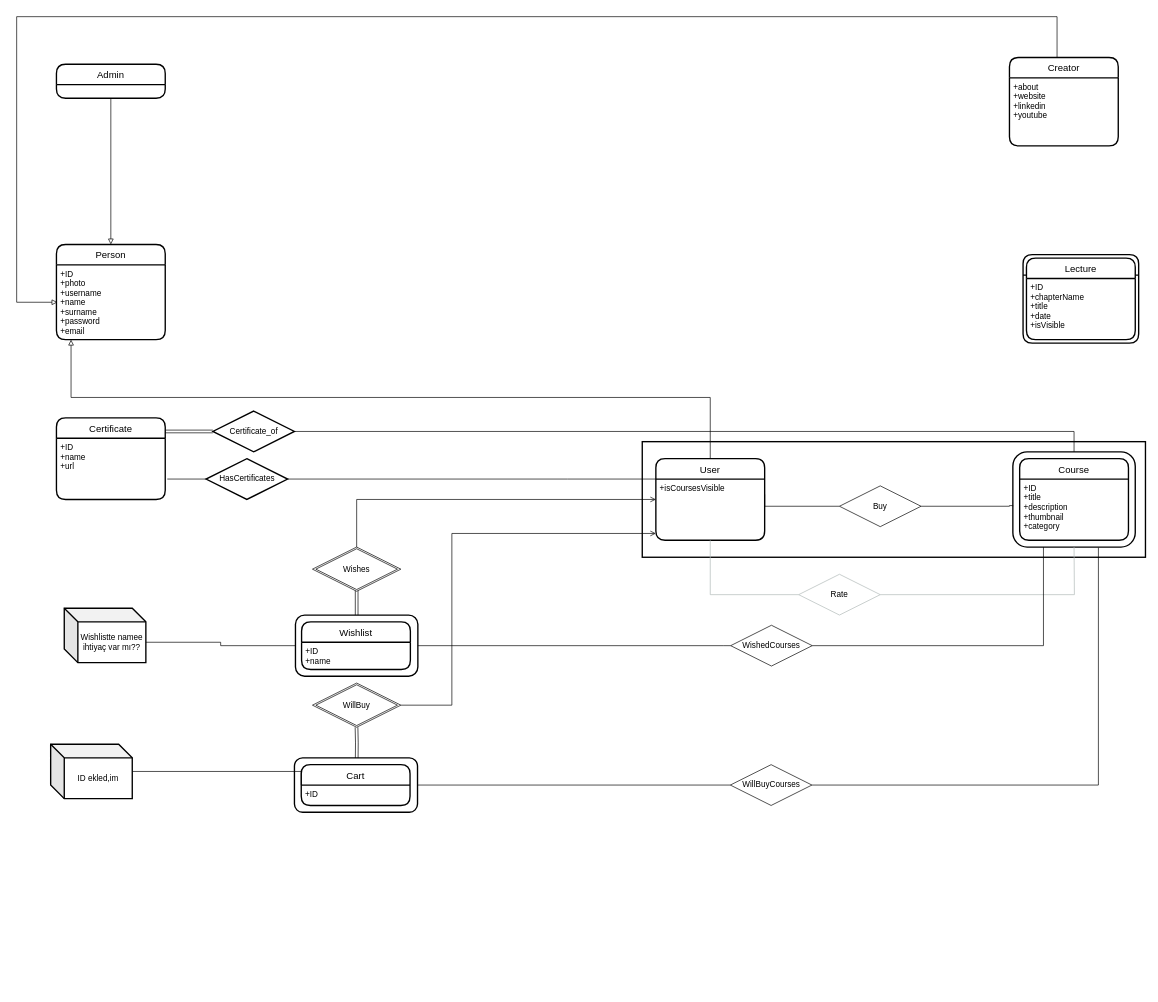
This is page "Page-2" (2 of 2) of ER.drawio from muratangin187/CS353-Project, a draw.io file, before an edit. Source tidied: cells renumbered, new cells numbered last; positions are measured from the earlier drawing's top-left corner, leaving out a move shared by most shapes. Both pictures are drawn from the tidied source at 68%, with x=0, y=0 at pixel (16, 16).
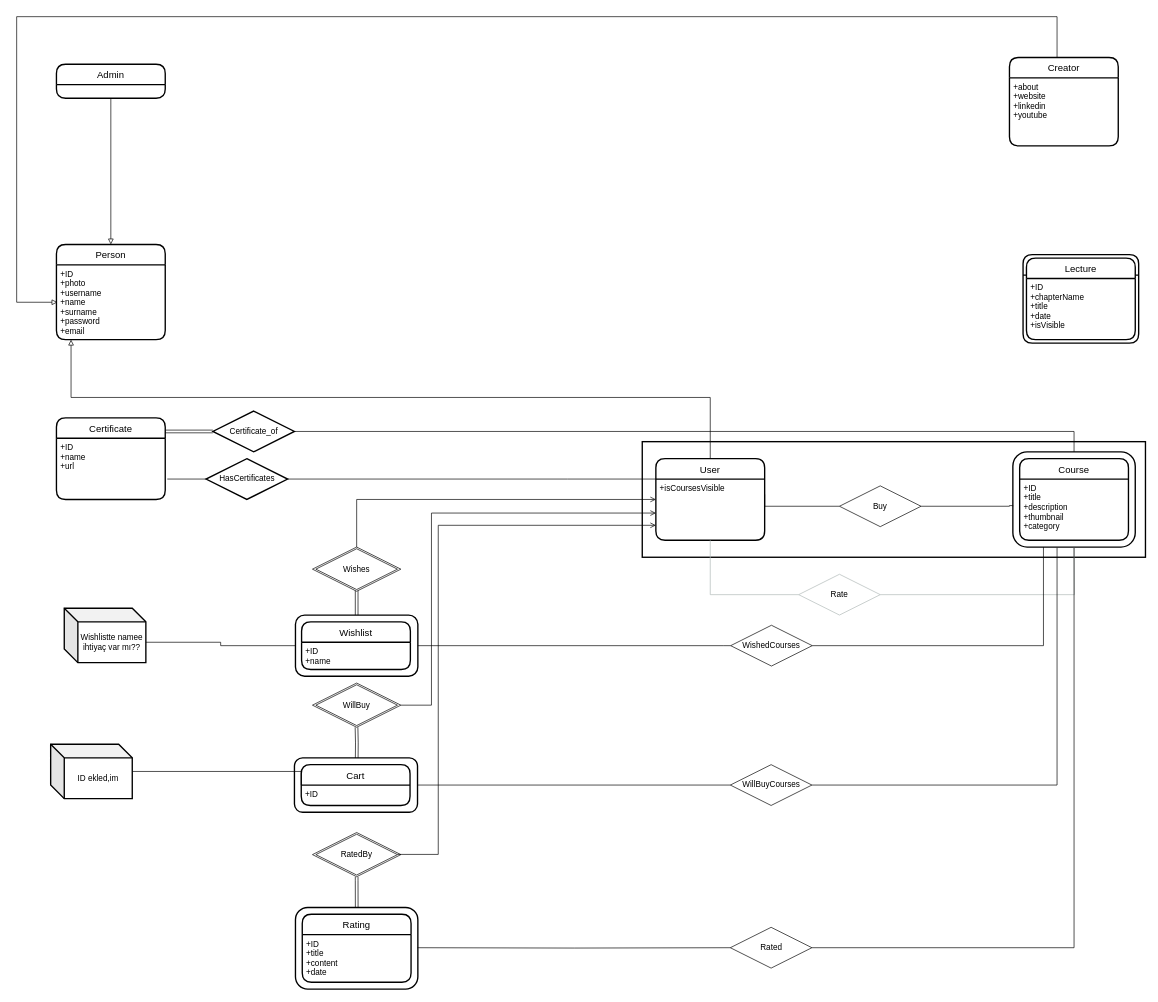
The same page after the edit.

The change refers to these unchanged cells:
```xml
<mxCell id="6" style="rounded=1;whiteSpace=wrap;html=1;strokeWidth=2;" parent="1" vertex="1">
  <mxGeometry x="1465" y="640" width="180" height="140" as="geometry" />
</mxCell>
<mxCell id="39" style="shape=rhombus;perimeter=rhombusPerimeter;whiteSpace=wrap;html=1;align=center;rounded=0;sketch=0;" parent="1" vertex="1">
  <mxGeometry x="435" y="980" width="130" height="65" as="geometry" />
</mxCell>
<mxCell id="45" value="WillBuyCourses" style="shape=rhombus;perimeter=rhombusPerimeter;whiteSpace=wrap;html=1;align=center;rounded=0;sketch=0;" parent="1" vertex="1">
  <mxGeometry x="1049.5" y="1100" width="120" height="60" as="geometry" />
</mxCell>
```

Diff of the diagram source:
```diff
@@
+    <mxCell id="57" style="shape=rhombus;perimeter=rhombusPerimeter;whiteSpace=wrap;html=1;align=center;rounded=0;sketch=0;" parent="1" vertex="1">
+      <mxGeometry x="435" y="1199.8" width="130" height="65" as="geometry" />
+    </mxCell>
@@
     <mxCell id="38" style="edgeStyle=orthogonalEdgeStyle;rounded=0;jettySize=auto;html=1;endArrow=open;endFill=0;exitX=1;exitY=0.5;exitDx=0;exitDy=0;" parent="1" edge="1" source="39">
       <mxGeometry relative="1" as="geometry">
-        <mxPoint x="940" y="760" as="targetPoint" />
+        <mxPoint x="940" y="730" as="targetPoint" />
         <Array as="points">
-          <mxPoint x="640" y="1013" />
-          <mxPoint x="640" y="760" />
+          <mxPoint x="610" y="1013" />
+          <mxPoint x="610" y="730" />
+          <mxPoint x="940" y="730" />
         </Array>
       </mxGeometry>
     </mxCell>
@@
-    <mxCell id="44" style="edgeStyle=orthogonalEdgeStyle;rounded=0;jettySize=auto;html=1;endArrow=none;endFill=0;exitX=1;exitY=0.5;exitDx=0;exitDy=0;entryX=0.699;entryY=1.006;entryDx=0;entryDy=0;entryPerimeter=0;" parent="1" edge="1" source="45" target="6">
+    <mxCell id="44" style="edgeStyle=orthogonalEdgeStyle;rounded=0;jettySize=auto;html=1;endArrow=none;endFill=0;exitX=1;exitY=0.5;exitDx=0;exitDy=0;" parent="1" edge="1" source="45">
       <mxGeometry relative="1" as="geometry">
+        <mxPoint x="1530" y="781" as="targetPoint" />
         <Array as="points">
-          <mxPoint x="1590" y="1130" />
-          <mxPoint x="1590" y="781" />
+          <mxPoint x="1530" y="1130" />
+          <mxPoint x="1530" y="781" />
         </Array>
       </mxGeometry>
     </mxCell>
@@
+    <mxCell id="58" style="rounded=1;whiteSpace=wrap;html=1;shadow=0;glass=0;sketch=0;strokeWidth=2;gradientColor=none;" parent="1" vertex="1">
+      <mxGeometry x="410" y="1310" width="180" height="120" as="geometry" />
+    </mxCell>
+    <mxCell id="59" value="Rating" style="swimlane;horizontal=1;startSize=30;rounded=1;fontSize=14;fontStyle=0;strokeWidth=2;shadow=0;dashed=0;align=center;" parent="1" vertex="1">
+      <mxGeometry x="420" y="1320" width="160" height="100" as="geometry" />
+    </mxCell>
+    <mxCell id="60" value="+ID&#10;+title&#10;+content&#10;+date" style="align=left;strokeColor=none;fillColor=none;spacingLeft=4;fontSize=12;verticalAlign=top;fontStyle=0;" parent="59" vertex="1">
+      <mxGeometry y="30" width="160" height="70" as="geometry" />
+    </mxCell>
+    <mxCell id="61" style="edgeStyle=orthogonalEdgeStyle;rounded=0;orthogonalLoop=1;jettySize=auto;html=1;endArrow=open;endFill=0;" parent="1" edge="1">
+      <mxGeometry relative="1" as="geometry">
+        <mxPoint x="560" y="1232" as="sourcePoint" />
+        <mxPoint x="940" y="748" as="targetPoint" />
+        <Array as="points">
+          <mxPoint x="620" y="1232" />
+          <mxPoint x="620" y="748" />
+        </Array>
+      </mxGeometry>
+    </mxCell>
+    <mxCell id="62" value="RatedBy" style="shape=rhombus;perimeter=rhombusPerimeter;whiteSpace=wrap;html=1;align=center;rounded=0;sketch=0;" parent="1" vertex="1">
+      <mxGeometry x="440" y="1202.3" width="120" height="60" as="geometry" />
+    </mxCell>
+    <mxCell id="63" style="edgeStyle=orthogonalEdgeStyle;rounded=0;orthogonalLoop=1;jettySize=auto;html=1;endArrow=open;endFill=0;entryX=0.506;entryY=0.003;entryDx=0;entryDy=0;shape=link;entryPerimeter=0;" parent="1" edge="1">
+      <mxGeometry relative="1" as="geometry">
+        <mxPoint x="500" y="1265" as="sourcePoint" />
+        <mxPoint x="500.1" y="1310" as="targetPoint" />
+        <Array as="points">
+          <mxPoint x="500" y="1270" />
+          <mxPoint x="500" y="1270" />
+        </Array>
+      </mxGeometry>
+    </mxCell>
+    <mxCell id="64" style="edgeStyle=orthogonalEdgeStyle;rounded=0;jettySize=auto;html=1;endArrow=none;endFill=0;exitX=1;exitY=0.5;exitDx=0;exitDy=0;entryX=0.5;entryY=1;entryDx=0;entryDy=0;" parent="1" edge="1" source="65" target="6">
+      <mxGeometry relative="1" as="geometry">
+        <Array as="points">
+          <mxPoint x="1555" y="1369" />
+        </Array>
+      </mxGeometry>
+    </mxCell>
+    <mxCell id="65" value="Rated" style="shape=rhombus;perimeter=rhombusPerimeter;whiteSpace=wrap;html=1;align=center;rounded=0;sketch=0;" parent="1" vertex="1">
+      <mxGeometry x="1049.5" y="1339.2" width="120" height="60" as="geometry" />
+    </mxCell>
+    <mxCell id="66" style="edgeStyle=orthogonalEdgeStyle;rounded=0;jettySize=auto;html=1;entryX=0;entryY=0.5;entryDx=0;entryDy=0;endArrow=none;endFill=0;exitX=1;exitY=0.5;exitDx=0;exitDy=0;" parent="1" edge="1" target="65">
+      <mxGeometry relative="1" as="geometry">
+        <mxPoint x="589.5" y="1369.2" as="sourcePoint" />
+      </mxGeometry>
+    </mxCell>
```
